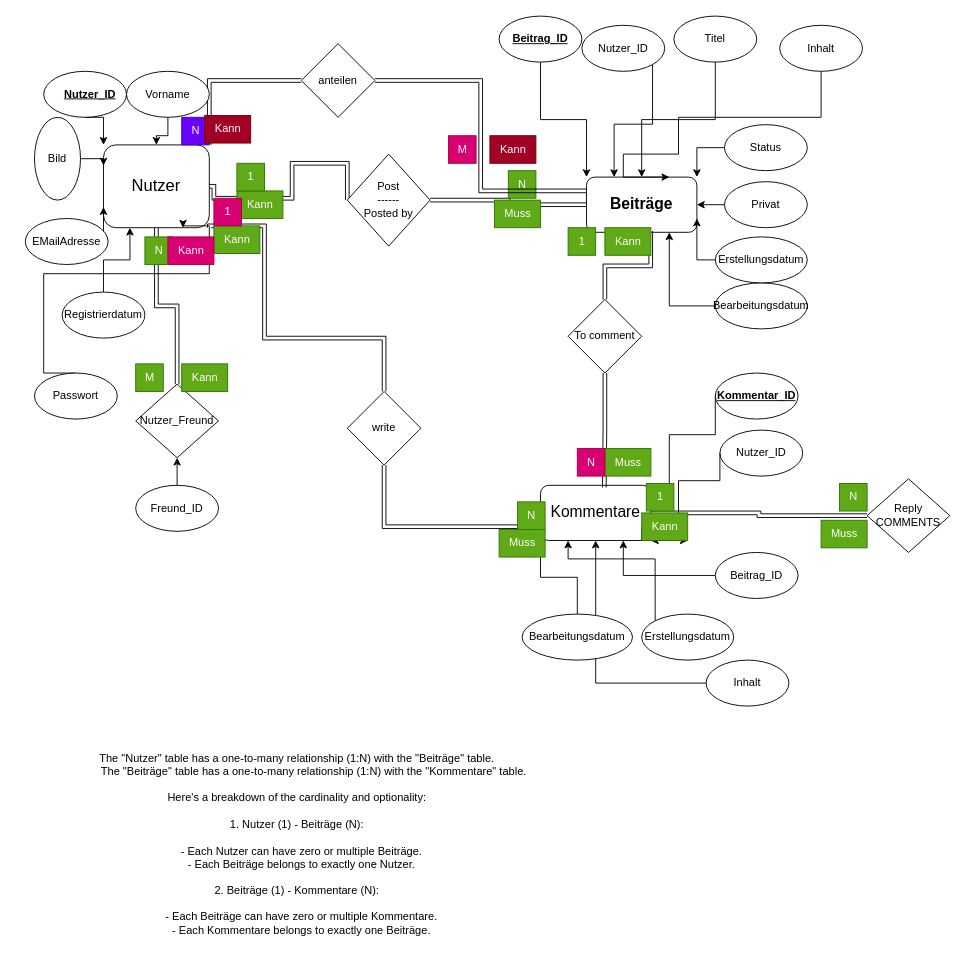
The draw.io diagram classproject.drawio in Fabrice-G/test_education, before the edit. Source tidied: cells renumbered, new cells numbered last; positions are measured from the earlier drawing's top-left corner, leaving out a move shared by most shapes. Both pictures are drawn from the tidied source at 92%, with x=0, y=0 at pixel (25, 16).
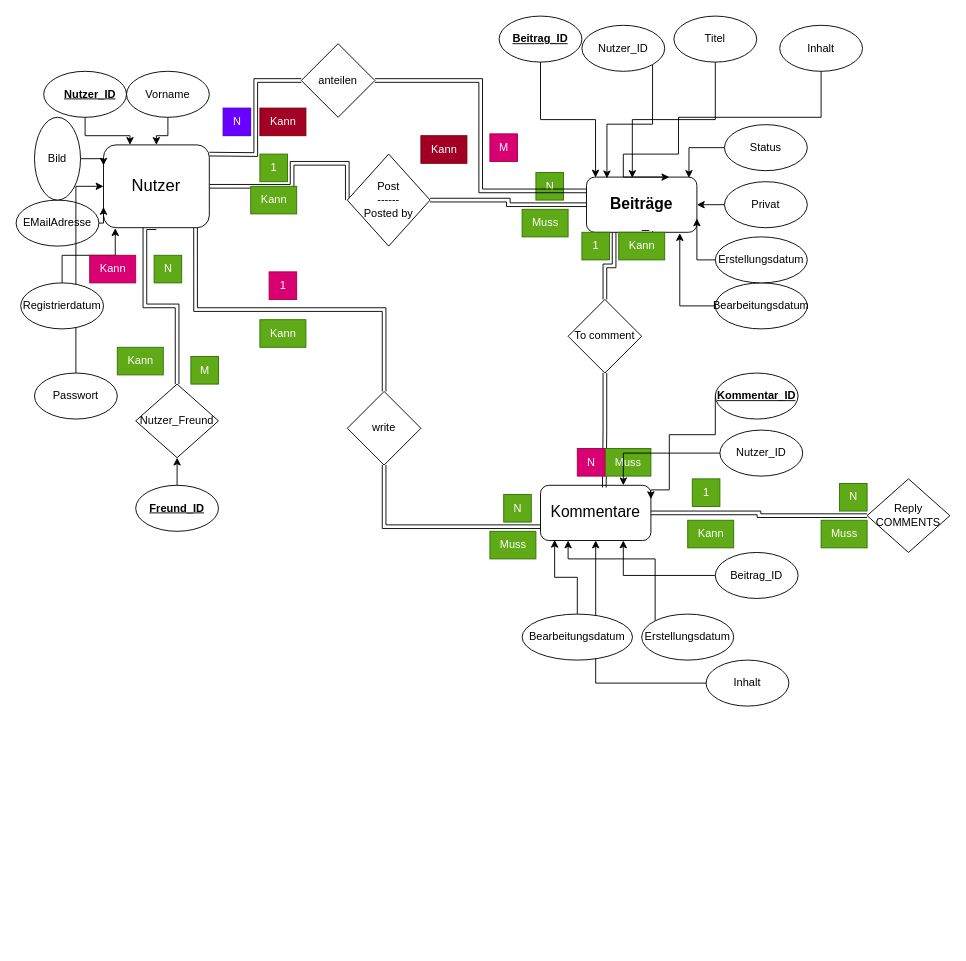
The same diagram, later.

The change refers to these unchanged cells:
```xml
<mxCell id="6" value="&lt;font style=&quot;font-size: 18px;&quot;&gt;Nutzer&lt;/font&gt;" style="rounded=1;whiteSpace=wrap;html=1;" parent="1" vertex="1">
  <mxGeometry x="85" y="140" width="115" height="90" as="geometry" />
</mxCell>
<mxCell id="8" value="&lt;b&gt;&lt;font style=&quot;font-size: 17px;&quot;&gt;Beiträge&lt;/font&gt;&lt;/b&gt;" style="rounded=1;whiteSpace=wrap;html=1;" parent="1" vertex="1">
  <mxGeometry x="610" y="175" width="120" height="60" as="geometry" />
</mxCell>
<mxCell id="10" value="&lt;font style=&quot;font-size: 17px;&quot;&gt;Kommentare&lt;/font&gt;" style="rounded=1;whiteSpace=wrap;html=1;" parent="1" vertex="1">
  <mxGeometry x="560" y="510" width="120" height="60" as="geometry" />
</mxCell>
<mxCell id="12" style="ellipse;whiteSpace=wrap;html=1;" parent="1" vertex="1">
  <mxGeometry x="20" y="60" width="90" height="50" as="geometry" />
</mxCell>
<mxCell id="16" value="Passwort" style="ellipse;whiteSpace=wrap;html=1;" parent="1" vertex="1">
  <mxGeometry x="10" y="388" width="90" height="50" as="geometry" />
</mxCell>
<mxCell id="24" value="Post&lt;br&gt;------&lt;br&gt;Posted by" style="rhombus;whiteSpace=wrap;html=1;" parent="1" vertex="1">
  <mxGeometry x="350" y="150" width="90" height="100" as="geometry" />
</mxCell>
<mxCell id="27" value="To comment&lt;br&gt;" style="rhombus;whiteSpace=wrap;html=1;" parent="1" vertex="1">
  <mxGeometry x="590" y="308" width="80" height="80" as="geometry" />
</mxCell>
<mxCell id="38" value="Bearbeitungsdatum" style="ellipse;whiteSpace=wrap;html=1;" parent="1" vertex="1">
  <mxGeometry x="750" y="290" width="100" height="50" as="geometry" />
</mxCell>
<mxCell id="44" value="Status" style="ellipse;whiteSpace=wrap;html=1;" parent="1" vertex="1">
  <mxGeometry x="760" y="118" width="90" height="50" as="geometry" />
</mxCell>
<mxCell id="46" value="&lt;u&gt;&lt;b&gt;Beitrag_ID&lt;/b&gt;&lt;/u&gt;" style="ellipse;whiteSpace=wrap;html=1;" parent="1" vertex="1">
  <mxGeometry x="515" width="90" height="50" as="geometry" />
</mxCell>
<mxCell id="50" value="Titel" style="ellipse;whiteSpace=wrap;html=1;" parent="1" vertex="1">
  <mxGeometry x="705" width="90" height="50" as="geometry" />
</mxCell>
<mxCell id="52" value="Nutzer_ID" style="ellipse;whiteSpace=wrap;html=1;" parent="1" vertex="1">
  <mxGeometry x="605" y="10" width="90" height="50" as="geometry" />
</mxCell>
<mxCell id="56" value="Bearbeitungsdatum" style="ellipse;whiteSpace=wrap;html=1;" parent="1" vertex="1">
  <mxGeometry x="540" y="650" width="120" height="50" as="geometry" />
</mxCell>
<mxCell id="62" value="Nutzer_ID" style="ellipse;whiteSpace=wrap;html=1;" parent="1" vertex="1">
  <mxGeometry x="755" y="450" width="90" height="50" as="geometry" />
</mxCell>
<mxCell id="65" value="Nutzer_Freund" style="rhombus;whiteSpace=wrap;html=1;" parent="1" vertex="1">
  <mxGeometry x="120" y="400" width="90" height="80" as="geometry" />
</mxCell>
<mxCell id="70" value="write" style="rhombus;whiteSpace=wrap;html=1;" parent="1" vertex="1">
  <mxGeometry x="350" y="408" width="80" height="80" as="geometry" />
</mxCell>
<mxCell id="83" value="anteilen" style="rhombus;whiteSpace=wrap;html=1;" parent="1" vertex="1">
  <mxGeometry x="300" y="30" width="80" height="80" as="geometry" />
</mxCell>
```

What changed in the source:
```diff
@@
     <mxCell id="2" style="edgeStyle=orthogonalEdgeStyle;shape=link;rounded=0;jettySize=auto;html=1;exitX=0.5;exitY=1;exitDx=0;exitDy=0;entryX=0.5;entryY=0;entryDx=0;entryDy=0;" parent="1" edge="1" source="6" target="65">
-      <mxGeometry relative="1" as="geometry" />
+      <mxGeometry relative="1" as="geometry">
+        <Array as="points">
+          <mxPoint x="130" y="230" />
+          <mxPoint x="130" y="315" />
+          <mxPoint x="165" y="315" />
+        </Array>
+      </mxGeometry>
     </mxCell>
-    <mxCell id="3" style="edgeStyle=orthogonalEdgeStyle;shape=link;rounded=0;jettySize=auto;html=1;exitX=1;exitY=1;exitDx=0;exitDy=0;" parent="1" edge="1" source="6" target="70">
-      <mxGeometry relative="1" as="geometry">
-        <Array as="points">
-          <mxPoint x="260" y="228" />
-          <mxPoint x="260" y="350" />
-          <mxPoint x="390" y="350" />
-        </Array>
-      </mxGeometry>
-    </mxCell>
     <mxCell id="4" style="edgeStyle=orthogonalEdgeStyle;shape=link;rounded=0;jettySize=auto;html=1;exitX=1;exitY=0.5;exitDx=0;exitDy=0;entryX=0;entryY=0.5;entryDx=0;entryDy=0;" parent="1" edge="1" source="6" target="24">
       <mxGeometry relative="1" as="geometry">
         <Array as="points">
-          <mxPoint x="205" y="198" />
-          <mxPoint x="290" y="198" />
+          <mxPoint x="290" y="185" />
           <mxPoint x="290" y="160" />
           <mxPoint x="350" y="160" />
         </Array>
       </mxGeometry>
     </mxCell>
-    <mxCell id="5" style="edgeStyle=orthogonalEdgeStyle;shape=link;rounded=0;jettySize=auto;html=1;exitX=1;exitY=0;exitDx=0;exitDy=0;entryX=0;entryY=0.5;entryDx=0;entryDy=0;" parent="1" edge="1" source="6" target="83">
-      <mxGeometry relative="1" as="geometry" />
+    <mxCell id="5" style="edgeStyle=orthogonalEdgeStyle;shape=link;rounded=0;jettySize=auto;html=1;entryX=0;entryY=0.5;entryDx=0;entryDy=0;" parent="1" edge="1" target="83">
+      <mxGeometry relative="1" as="geometry">
+        <mxPoint x="200" y="150" as="sourcePoint" />
+      </mxGeometry>
     </mxCell>
+    <mxCell id="3" style="edgeStyle=orthogonalEdgeStyle;shape=link;rounded=0;jettySize=auto;html=1;exitX=0.87;exitY=1.001;exitDx=0;exitDy=0;entryX=0.5;entryY=0;entryDx=0;entryDy=0;exitPerimeter=0;" parent="1" edge="1" source="6" target="70">
+      <mxGeometry relative="1" as="geometry" />
+    </mxCell>
@@
-    <mxCell id="11" style="edgeStyle=orthogonalEdgeStyle;rounded=0;jettySize=auto;html=1;exitX=0.5;exitY=1;exitDx=0;exitDy=0;entryX=0;entryY=0;entryDx=0;entryDy=0;" parent="1" edge="1" source="12" target="6">
+    <mxCell id="11" style="edgeStyle=orthogonalEdgeStyle;rounded=0;jettySize=auto;html=1;exitX=0.5;exitY=1;exitDx=0;exitDy=0;entryX=0.25;entryY=0;entryDx=0;entryDy=0;" parent="1" edge="1" source="12" target="6">
       <mxGeometry relative="1" as="geometry" />
     </mxCell>
@@
     <mxCell id="14" value="EMailAdresse" style="ellipse;whiteSpace=wrap;html=1;direction=west;" parent="1" vertex="1">
-      <mxGeometry y="220" width="90" height="50" as="geometry" />
+      <mxGeometry x="-10" y="200" width="90" height="50" as="geometry" />
     </mxCell>
-    <mxCell id="15" style="edgeStyle=orthogonalEdgeStyle;rounded=0;jettySize=auto;html=1;exitX=0.5;exitY=0;exitDx=0;exitDy=0;entryX=0.75;entryY=1;entryDx=0;entryDy=0;" parent="1" edge="1" source="16" target="6">
-      <mxGeometry relative="1" as="geometry">
-        <Array as="points">
-          <mxPoint x="20" y="388" />
-          <mxPoint x="20" y="280" />
-          <mxPoint x="200" y="280" />
-          <mxPoint x="200" y="228" />
-        </Array>
-      </mxGeometry>
+    <mxCell id="15" style="edgeStyle=orthogonalEdgeStyle;rounded=0;jettySize=auto;html=1;exitX=0.5;exitY=0;exitDx=0;exitDy=0;entryX=0;entryY=0.5;entryDx=0;entryDy=0;" parent="1" edge="1" source="16" target="6">
+      <mxGeometry relative="1" as="geometry" />
     </mxCell>
@@
-    <mxCell id="17" style="edgeStyle=orthogonalEdgeStyle;rounded=0;jettySize=auto;html=1;exitX=0.5;exitY=0;exitDx=0;exitDy=0;entryX=0.25;entryY=1;entryDx=0;entryDy=0;" parent="1" edge="1" source="18" target="6">
+    <mxCell id="17" style="edgeStyle=orthogonalEdgeStyle;rounded=0;jettySize=auto;html=1;exitX=0.5;exitY=0;exitDx=0;exitDy=0;entryX=0.111;entryY=1.006;entryDx=0;entryDy=0;entryPerimeter=0;" parent="1" edge="1" source="18" target="6">
       <mxGeometry relative="1" as="geometry" />
     </mxCell>
     <mxCell id="18" value="Registrierdatum" style="ellipse;whiteSpace=wrap;html=1;" parent="1" vertex="1">
-      <mxGeometry x="40" y="300" width="90" height="50" as="geometry" />
+      <mxGeometry x="-5" y="290" width="90" height="50" as="geometry" />
     </mxCell>
@@
-    <mxCell id="26" style="edgeStyle=orthogonalEdgeStyle;shape=link;rounded=0;jettySize=auto;html=1;exitX=0.5;exitY=0;exitDx=0;exitDy=0;entryX=0.582;entryY=0.977;entryDx=0;entryDy=0;entryPerimeter=0;" parent="1" edge="1" source="27" target="8">
+    <mxCell id="26" style="edgeStyle=orthogonalEdgeStyle;shape=link;rounded=0;jettySize=auto;html=1;exitX=0.5;exitY=0;exitDx=0;exitDy=0;entryX=0.582;entryY=0.977;entryDx=0;entryDy=0;entryPerimeter=0;" parent="1" edge="1" source="34" target="8">
       <mxGeometry relative="1" as="geometry" />
     </mxCell>
@@
-    <mxCell id="28" value="&lt;div&gt;&lt;span style=&quot;background-color: initial;&quot;&gt;The &quot;Nutzer&quot; table has a one-to-many relationship (1:N) with the &quot;Beiträge&quot; table.&lt;/span&gt;&lt;/div&gt;&lt;div&gt;&lt;span style=&quot;background-color: initial;&quot;&gt;&amp;nbsp; &amp;nbsp; &amp;nbsp; &amp;nbsp; &amp;nbsp; &amp;nbsp;The &quot;Beiträge&quot; table has a one-to-many relationship (1:N) with the &quot;Kommentare&quot; table.&lt;/span&gt;&lt;/div&gt;&lt;div&gt;&lt;br&gt;&lt;/div&gt;&lt;div&gt;Here's a breakdown of the cardinality and optionality:&lt;/div&gt;&lt;div&gt;&lt;br&gt;&lt;/div&gt;&lt;div&gt;1. Nutzer (1) - Beiträge (N):&lt;/div&gt;&lt;div&gt;&lt;br&gt;&lt;/div&gt;&lt;div&gt;&amp;nbsp; &amp;nbsp;- Each Nutzer can have zero or multiple Beiträge.&lt;/div&gt;&lt;div&gt;&amp;nbsp; &amp;nbsp;- Each Beiträge belongs to exactly one Nutzer.&lt;/div&gt;&lt;div&gt;&lt;br&gt;&lt;/div&gt;&lt;div&gt;2. Beiträge (1) - Kommentare (N):&lt;/div&gt;&lt;div&gt;&lt;br&gt;&lt;/div&gt;&lt;div&gt;&amp;nbsp; &amp;nbsp;- Each Beiträge can have zero or multiple Kommentare.&lt;/div&gt;&lt;div&gt;&amp;nbsp; &amp;nbsp;- Each Kommentare belongs to exactly one Beiträge.&lt;/div&gt;" style="text;html=1;align=center;verticalAlign=middle;strokeColor=none;fillColor=none;" parent="1" vertex="1">
-      <mxGeometry x="35" y="790" width="520" height="220" as="geometry" />
-    </mxCell>
     <mxCell id="29" value="Kann" style="text;html=1;align=center;verticalAlign=middle;strokeColor=#2D7600;fillColor=#60a917;fontColor=#ffffff;" parent="1" vertex="1">
-      <mxGeometry x="230" y="190" width="50" height="30" as="geometry" />
+      <mxGeometry x="245" y="185" width="50" height="30" as="geometry" />
     </mxCell>
     <mxCell id="30" value="Muss" style="text;html=1;align=center;verticalAlign=middle;strokeColor=#2D7600;fillColor=#60a917;fontColor=#ffffff;" parent="1" vertex="1">
-      <mxGeometry x="510" y="200" width="50" height="30" as="geometry" />
+      <mxGeometry x="540" y="210" width="50" height="30" as="geometry" />
     </mxCell>
     <mxCell id="31" value="N" style="text;html=1;align=center;verticalAlign=middle;strokeColor=#2D7600;fillColor=#60a917;fontColor=#ffffff;" parent="1" vertex="1">
-      <mxGeometry x="525" y="168" width="30" height="30" as="geometry" />
+      <mxGeometry x="555" y="170" width="30" height="30" as="geometry" />
     </mxCell>
     <mxCell id="32" value="1" style="text;html=1;align=center;verticalAlign=middle;strokeColor=#2D7600;fillColor=#60a917;fontColor=#ffffff;" parent="1" vertex="1">
-      <mxGeometry x="230" y="160" width="30" height="30" as="geometry" />
+      <mxGeometry x="255" y="150" width="30" height="30" as="geometry" />
     </mxCell>
     <mxCell id="33" value="1" style="text;html=1;align=center;verticalAlign=middle;strokeColor=#2D7600;fillColor=#60a917;fontColor=#ffffff;" parent="1" vertex="1">
-      <mxGeometry x="590" y="230" width="30" height="30" as="geometry" />
+      <mxGeometry x="605" y="235" width="30" height="30" as="geometry" />
     </mxCell>
-    <mxCell id="34" value="Kann" style="text;html=1;align=center;verticalAlign=middle;points=[];strokeColor=#2D7600;fillColor=#60a917;fontColor=#ffffff;" parent="1" vertex="1">
-      <mxGeometry x="630" y="230" width="50" height="30" as="geometry" />
-    </mxCell>
@@
-    <mxCell id="37" style="edgeStyle=orthogonalEdgeStyle;rounded=0;jettySize=auto;html=1;exitX=0;exitY=0.5;exitDx=0;exitDy=0;entryX=0.75;entryY=1;entryDx=0;entryDy=0;" parent="1" edge="1" source="38" target="8">
+    <mxCell id="37" style="edgeStyle=orthogonalEdgeStyle;rounded=0;jettySize=auto;html=1;exitX=0;exitY=0.5;exitDx=0;exitDy=0;entryX=0.845;entryY=1.015;entryDx=0;entryDy=0;entryPerimeter=0;" parent="1" edge="1" source="38" target="8">
       <mxGeometry relative="1" as="geometry" />
     </mxCell>
@@
-    <mxCell id="43" style="edgeStyle=orthogonalEdgeStyle;rounded=0;jettySize=auto;html=1;exitX=0;exitY=0.5;exitDx=0;exitDy=0;entryX=1;entryY=0;entryDx=0;entryDy=0;" parent="1" edge="1" source="44" target="8">
+    <mxCell id="43" style="edgeStyle=orthogonalEdgeStyle;rounded=0;jettySize=auto;html=1;exitX=0;exitY=0.5;exitDx=0;exitDy=0;entryX=0.928;entryY=0.015;entryDx=0;entryDy=0;entryPerimeter=0;" parent="1" edge="1" source="44" target="8">
       <mxGeometry relative="1" as="geometry" />
     </mxCell>
@@
-    <mxCell id="45" style="edgeStyle=orthogonalEdgeStyle;rounded=0;jettySize=auto;html=1;exitX=0.5;exitY=1;exitDx=0;exitDy=0;entryX=0;entryY=0;entryDx=0;entryDy=0;" parent="1" edge="1" source="46" target="8">
+    <mxCell id="45" style="edgeStyle=orthogonalEdgeStyle;rounded=0;jettySize=auto;html=1;exitX=0.5;exitY=1;exitDx=0;exitDy=0;entryX=0.082;entryY=0.008;entryDx=0;entryDy=0;entryPerimeter=0;" parent="1" edge="1" source="46" target="8">
       <mxGeometry relative="1" as="geometry" />
     </mxCell>
@@
-    <mxCell id="49" style="edgeStyle=orthogonalEdgeStyle;rounded=0;jettySize=auto;html=1;exitX=0.5;exitY=1;exitDx=0;exitDy=0;entryX=0.5;entryY=0;entryDx=0;entryDy=0;" parent="1" edge="1" source="50" target="8">
+    <mxCell id="49" style="edgeStyle=orthogonalEdgeStyle;rounded=0;jettySize=auto;html=1;exitX=0.5;exitY=1;exitDx=0;exitDy=0;entryX=0.415;entryY=0.015;entryDx=0;entryDy=0;entryPerimeter=0;" parent="1" edge="1" source="50" target="8">
       <mxGeometry relative="1" as="geometry" />
     </mxCell>
@@
-    <mxCell id="51" style="edgeStyle=orthogonalEdgeStyle;rounded=0;jettySize=auto;html=1;exitX=1;exitY=1;exitDx=0;exitDy=0;entryX=0.25;entryY=0;entryDx=0;entryDy=0;" parent="1" edge="1" source="52" target="8">
+    <mxCell id="51" style="edgeStyle=orthogonalEdgeStyle;rounded=0;jettySize=auto;html=1;exitX=1;exitY=1;exitDx=0;exitDy=0;entryX=0.185;entryY=0.022;entryDx=0;entryDy=0;entryPerimeter=0;" parent="1" edge="1" source="52" target="8">
       <mxGeometry relative="1" as="geometry" />
     </mxCell>
@@
-    <mxCell id="55" style="edgeStyle=orthogonalEdgeStyle;rounded=0;jettySize=auto;html=1;exitX=0.5;exitY=0;exitDx=0;exitDy=0;entryX=0;entryY=1;entryDx=0;entryDy=0;" parent="1" edge="1" source="56" target="10">
+    <mxCell id="55" style="edgeStyle=orthogonalEdgeStyle;rounded=0;jettySize=auto;html=1;exitX=0.5;exitY=0;exitDx=0;exitDy=0;entryX=0.128;entryY=0.989;entryDx=0;entryDy=0;entryPerimeter=0;" parent="1" edge="1" source="56" target="10">
       <mxGeometry relative="1" as="geometry" />
     </mxCell>
@@
-    <mxCell id="61" style="edgeStyle=orthogonalEdgeStyle;rounded=0;jettySize=auto;html=1;exitX=0;exitY=0.5;exitDx=0;exitDy=0;entryX=1;entryY=1;entryDx=0;entryDy=0;" parent="1" edge="1" source="77" target="10">
-      <mxGeometry relative="1" as="geometry">
-        <Array as="points">
-          <mxPoint x="710" y="570" />
-          <mxPoint x="680" y="570" />
-        </Array>
-      </mxGeometry>
-    </mxCell>
+    <mxCell id="90" style="edgeStyle=orthogonalEdgeStyle;rounded=0;jettySize=auto;html=1;exitX=0;exitY=0.5;exitDx=0;exitDy=0;entryX=0.75;entryY=0;entryDx=0;entryDy=0;" parent="1" edge="1" source="62" target="10">
+      <mxGeometry relative="1" as="geometry" />
+    </mxCell>
@@
-    <mxCell id="64" value="&lt;b&gt;&lt;u&gt;Kommentar_ID&lt;/u&gt;&lt;/b&gt;" style="ellipse;whiteSpace=wrap;html=1;" parent="1" vertex="1">
+    <mxCell id="64" value="&lt;b style=&quot;&quot;&gt;&lt;u&gt;Kommentar_ID&lt;/u&gt;&lt;/b&gt;" style="ellipse;whiteSpace=wrap;html=1;" parent="1" vertex="1">
       <mxGeometry x="750" y="388" width="90" height="50" as="geometry" />
     </mxCell>
@@
     <mxCell id="66" value="N" style="text;html=1;align=center;verticalAlign=middle;strokeColor=#2D7600;fillColor=#60a917;fontColor=#ffffff;" parent="1" vertex="1">
-      <mxGeometry x="130" y="240" width="30" height="30" as="geometry" />
+      <mxGeometry x="140" y="260" width="30" height="30" as="geometry" />
     </mxCell>
     <mxCell id="67" value="M" style="text;html=1;align=center;verticalAlign=middle;strokeColor=#2D7600;fillColor=#60a917;fontColor=#ffffff;" parent="1" vertex="1">
-      <mxGeometry x="120" y="378" width="30" height="30" as="geometry" />
+      <mxGeometry x="180" y="370" width="30" height="30" as="geometry" />
     </mxCell>
     <mxCell id="68" value="Kann" style="text;html=1;align=center;verticalAlign=middle;strokeColor=#2D7600;fillColor=#60a917;fontColor=#ffffff;" parent="1" vertex="1">
-      <mxGeometry x="170" y="378" width="50" height="30" as="geometry" />
+      <mxGeometry x="100" y="360" width="50" height="30" as="geometry" />
     </mxCell>
@@
     <mxCell id="71" value="N" style="text;html=1;align=center;verticalAlign=middle;strokeColor=#2D7600;fillColor=#60a917;fontColor=#ffffff;" parent="1" vertex="1">
-      <mxGeometry x="535" y="528" width="30" height="30" as="geometry" />
+      <mxGeometry x="520" y="520" width="30" height="30" as="geometry" />
     </mxCell>
     <mxCell id="72" value="Kann" style="text;html=1;align=center;verticalAlign=middle;strokeColor=#2D7600;fillColor=#60a917;fontColor=#ffffff;" parent="1" vertex="1">
-      <mxGeometry x="205" y="228" width="50" height="30" as="geometry" />
+      <mxGeometry x="255" y="330" width="50" height="30" as="geometry" />
     </mxCell>
     <mxCell id="73" value="Muss" style="text;html=1;align=center;verticalAlign=middle;strokeColor=#2D7600;fillColor=#60a917;fontColor=#ffffff;" parent="1" vertex="1">
-      <mxGeometry x="515" y="558" width="50" height="30" as="geometry" />
+      <mxGeometry x="505" y="560" width="50" height="30" as="geometry" />
     </mxCell>
@@
-    <mxCell id="76" style="edgeStyle=orthogonalEdgeStyle;rounded=0;jettySize=auto;html=1;exitX=0;exitY=0.5;exitDx=0;exitDy=0;entryX=1;entryY=1;entryDx=0;entryDy=0;" parent="1" edge="1" source="62" target="77">
-      <mxGeometry relative="1" as="geometry">
-        <Array as="points">
-          <mxPoint x="710" y="505" />
-        </Array>
-      </mxGeometry>
-    </mxCell>
     <mxCell id="77" value="Kann" style="text;html=1;align=center;verticalAlign=middle;points=[];strokeColor=#2D7600;fillColor=#60a917;fontColor=#ffffff;" parent="1" vertex="1">
-      <mxGeometry x="670" y="540" width="50" height="30" as="geometry" />
+      <mxGeometry x="720" y="548" width="50" height="30" as="geometry" />
     </mxCell>
     <mxCell id="78" value="1" style="text;html=1;align=center;verticalAlign=middle;strokeColor=#2D7600;fillColor=#60a917;fontColor=#ffffff;" parent="1" vertex="1">
-      <mxGeometry x="675" y="508" width="30" height="30" as="geometry" />
+      <mxGeometry x="725" y="503" width="30" height="30" as="geometry" />
     </mxCell>
@@
     <mxCell id="80" value="Kann" style="text;html=1;align=center;verticalAlign=middle;strokeColor=#A50040;fillColor=#d80073;fontColor=#ffffff;" parent="1" vertex="1">
-      <mxGeometry x="155" y="240" width="50" height="30" as="geometry" />
+      <mxGeometry x="70" y="260" width="50" height="30" as="geometry" />
     </mxCell>
     <mxCell id="81" value="1" style="text;html=1;align=center;verticalAlign=middle;strokeColor=#A50040;fillColor=#d80073;fontColor=#ffffff;" parent="1" vertex="1">
-      <mxGeometry x="205" y="198" width="30" height="30" as="geometry" />
+      <mxGeometry x="265" y="278" width="30" height="30" as="geometry" />
     </mxCell>
@@
     <mxCell id="84" value="N" style="text;html=1;align=center;verticalAlign=middle;strokeColor=#3700CC;fillColor=#6a00ff;fontColor=#ffffff;" parent="1" vertex="1">
-      <mxGeometry x="170" y="110" width="30" height="30" as="geometry" />
+      <mxGeometry x="215" y="100" width="30" height="30" as="geometry" />
     </mxCell>
     <mxCell id="85" value="Kann" style="text;html=1;align=center;verticalAlign=middle;strokeColor=#6F0000;fillColor=#a20025;fontColor=#ffffff;" parent="1" vertex="1">
-      <mxGeometry x="195" y="108" width="50" height="30" as="geometry" />
+      <mxGeometry x="255" y="100" width="50" height="30" as="geometry" />
     </mxCell>
     <mxCell id="86" value="Kann" style="text;html=1;align=center;verticalAlign=middle;strokeColor=#6F0000;fillColor=#a20025;fontColor=#ffffff;" parent="1" vertex="1">
-      <mxGeometry x="505" y="130" width="50" height="30" as="geometry" />
+      <mxGeometry x="430" y="130" width="50" height="30" as="geometry" />
     </mxCell>
     <mxCell id="87" value="M" style="text;html=1;align=center;verticalAlign=middle;strokeColor=#A50040;fillColor=#d80073;fontColor=#ffffff;" parent="1" vertex="1">
-      <mxGeometry x="460" y="130" width="30" height="30" as="geometry" />
+      <mxGeometry x="505" y="128" width="30" height="30" as="geometry" />
     </mxCell>
@@
-    <mxCell id="89" value="Freund_ID" style="ellipse;whiteSpace=wrap;html=1;" parent="1" vertex="1">
+    <mxCell id="89" value="&lt;font style=&quot;font-size: 12px;&quot;&gt;&lt;b&gt;&lt;u&gt;Freund_ID&lt;/u&gt;&lt;/b&gt;&lt;/font&gt;" style="ellipse;whiteSpace=wrap;html=1;" parent="1" vertex="1">
       <mxGeometry x="120" y="510" width="90" height="50" as="geometry" />
     </mxCell>
+    <mxCell id="91" style="edgeStyle=orthogonalEdgeStyle;shape=link;rounded=0;jettySize=auto;html=1;exitX=0.5;exitY=0;exitDx=0;exitDy=0;entryX=0.25;entryY=1;entryDx=0;entryDy=0;" parent="1" edge="1" source="27" target="8">
+      <mxGeometry relative="1" as="geometry" />
+    </mxCell>
+    <mxCell id="34" value="Kann" style="text;html=1;align=center;verticalAlign=middle;points=[];strokeColor=#2D7600;fillColor=#60a917;fontColor=#ffffff;" parent="1" vertex="1">
+      <mxGeometry x="645" y="235" width="50" height="30" as="geometry" />
+    </mxCell>
```
